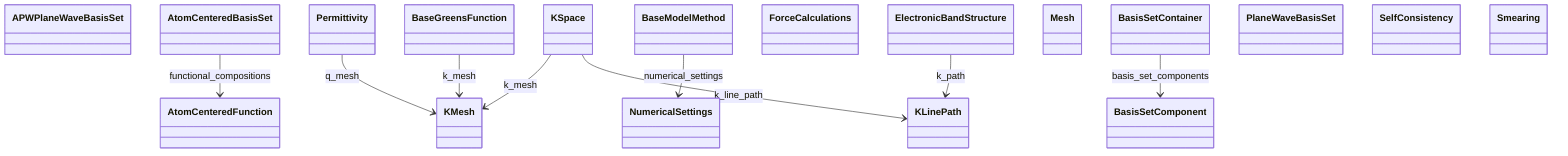
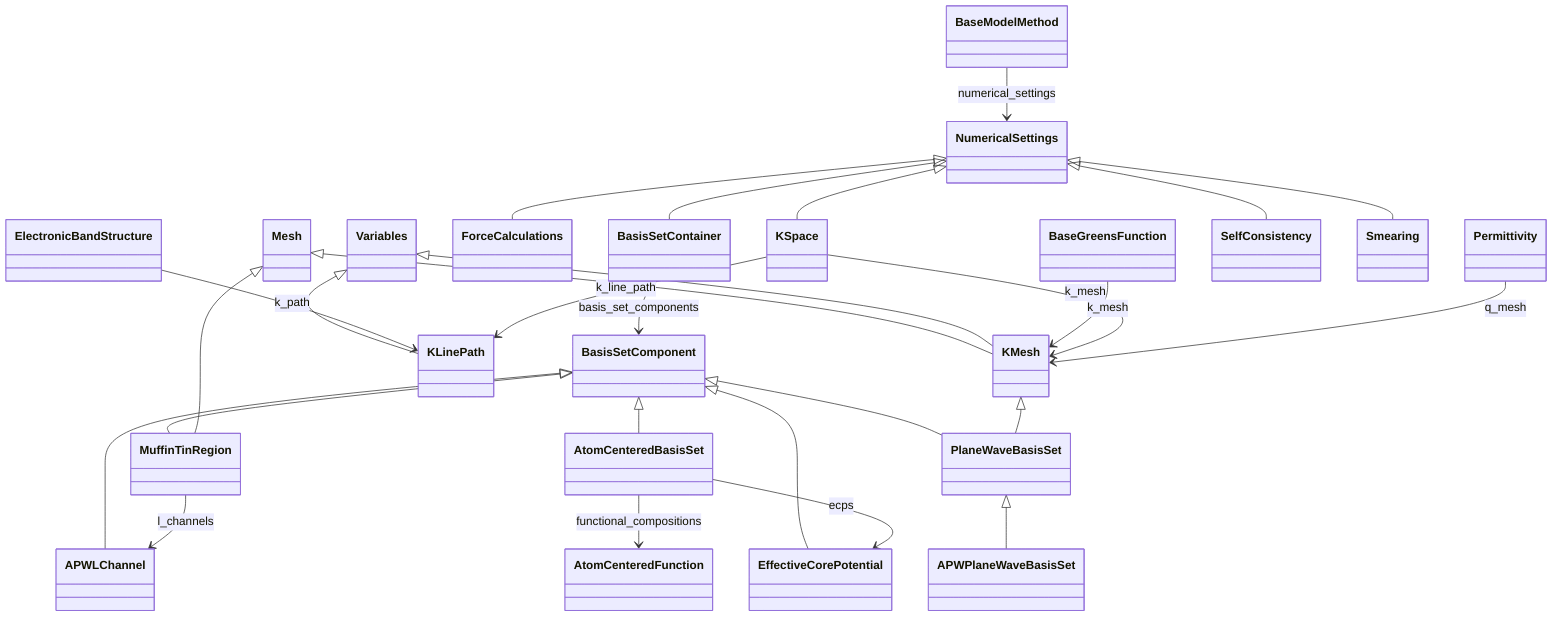
classDiagram
+     class APWLChannel
    class APWPlaneWaveBasisSet
    class AtomCenteredBasisSet
    class AtomCenteredFunction
    class BaseGreensFunction
    class BaseModelMethod
    class BasisSetComponent
    class BasisSetContainer
+     class EffectiveCorePotential
    class ElectronicBandStructure
    class ForceCalculations
    class KLinePath
    class KMesh
    class KSpace
    class Mesh
+     class MuffinTinRegion
    class NumericalSettings
    class Permittivity
    class PlaneWaveBasisSet
    class SelfConsistency
    class Smearing
+     class Variables
+     BasisSetComponent <|-- APWLChannel
+     PlaneWaveBasisSet <|-- APWPlaneWaveBasisSet
+     BasisSetComponent <|-- AtomCenteredBasisSet
+     NumericalSettings <|-- BasisSetContainer
+     BasisSetComponent <|-- EffectiveCorePotential
+     NumericalSettings <|-- ForceCalculations
+     Variables <|-- KLinePath
+     Mesh <|-- KMesh
+     Variables <|-- KMesh
+     NumericalSettings <|-- KSpace
+     BasisSetComponent <|-- MuffinTinRegion
+     Mesh <|-- MuffinTinRegion
+     BasisSetComponent <|-- PlaneWaveBasisSet
+     KMesh <|-- PlaneWaveBasisSet
+     NumericalSettings <|-- SelfConsistency
+     NumericalSettings <|-- Smearing
    AtomCenteredBasisSet --> AtomCenteredFunction : functional_compositions
+     AtomCenteredBasisSet --> EffectiveCorePotential : ecps
    BaseGreensFunction --> KMesh : k_mesh
    BaseModelMethod --> NumericalSettings : numerical_settings
    BasisSetContainer --> BasisSetComponent : basis_set_components
    ElectronicBandStructure --> KLinePath : k_path
    KSpace --> KLinePath : k_line_path
    KSpace --> KMesh : k_mesh
+     MuffinTinRegion --> APWLChannel : l_channels
    Permittivity --> KMesh : q_mesh
